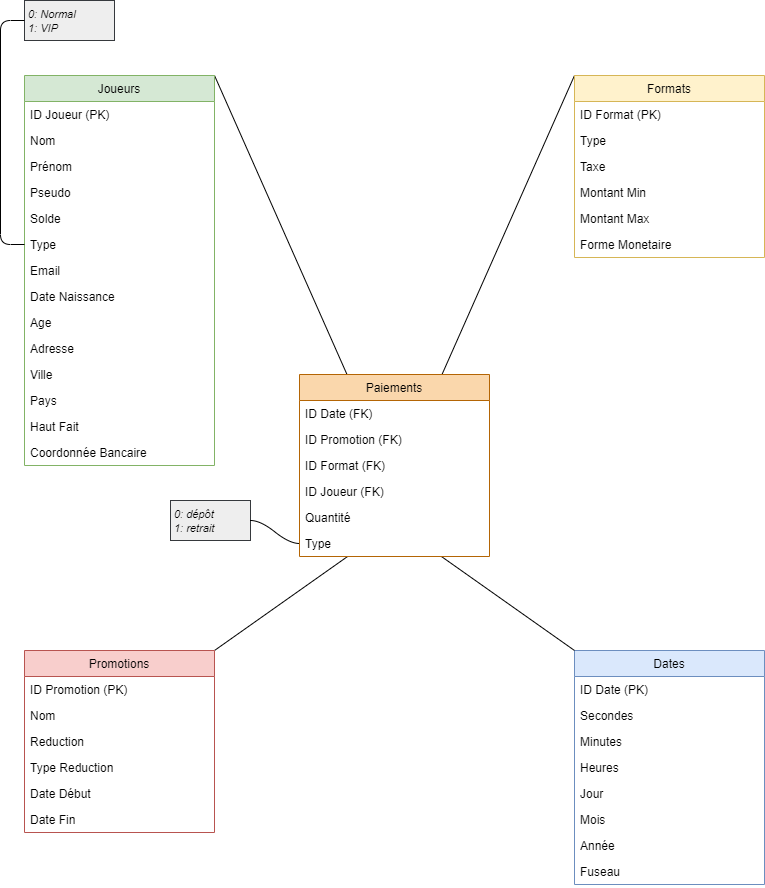
DocAmaroo/M1Aigle keeps this draw.io diagram as HMIN122M/projet/conception/images/star-detail-paiement.png. Above is the earlier version. Source tidied: cells renumbered, new cells last; positions are measured from the earlier drawing's top-left corner, leaving out a move shared by most shapes. Its diagram source:
```xml
<mxGraphModel>
  <root>
    <mxCell id="0" />
    <mxCell id="1" parent="0" />
    <mxCell id="2" style="rounded=0;jettySize=auto;html=1;entryX=1;entryY=0;entryDx=0;entryDy=0;endArrow=none;endFill=0;exitX=0.25;exitY=0;exitDx=0;exitDy=0;" parent="1" edge="1" source="22" target="29">
      <mxGeometry relative="1" as="geometry" />
    </mxCell>
    <mxCell id="3" style="rounded=0;jettySize=auto;html=1;exitX=0.75;exitY=0;exitDx=0;exitDy=0;entryX=0;entryY=0;entryDx=0;entryDy=0;endArrow=none;endFill=0;" parent="1" edge="1" source="22" target="44">
      <mxGeometry relative="1" as="geometry" />
    </mxCell>
    <mxCell id="4" value="Dates" style="swimlane;fontStyle=0;horizontal=1;startSize=26;fillColor=#dae8fc;strokeColor=#6c8ebf;" parent="1" vertex="1">
      <mxGeometry x="574" y="650" width="190" height="234" as="geometry" />
    </mxCell>
    <mxCell id="5" value="ID Date (PK)" style="text;strokeColor=none;fillColor=none;align=left;verticalAlign=top;spacingLeft=4;spacingRight=4;overflow=hidden;" parent="4" vertex="1">
      <mxGeometry y="26" width="190" height="26" as="geometry" />
    </mxCell>
    <mxCell id="6" value="Secondes" style="text;strokeColor=none;fillColor=none;align=left;verticalAlign=top;spacingLeft=4;spacingRight=4;overflow=hidden;" parent="4" vertex="1">
      <mxGeometry y="52" width="190" height="26" as="geometry" />
    </mxCell>
    <mxCell id="7" value="Minutes" style="text;strokeColor=none;fillColor=none;align=left;verticalAlign=top;spacingLeft=4;spacingRight=4;overflow=hidden;" parent="4" vertex="1">
      <mxGeometry y="78" width="190" height="26" as="geometry" />
    </mxCell>
    <mxCell id="8" value="Heures" style="text;strokeColor=none;fillColor=none;align=left;verticalAlign=top;spacingLeft=4;spacingRight=4;overflow=hidden;" parent="4" vertex="1">
      <mxGeometry y="104" width="190" height="26" as="geometry" />
    </mxCell>
    <mxCell id="9" value="Jour" style="text;strokeColor=none;fillColor=none;align=left;verticalAlign=top;spacingLeft=4;spacingRight=4;overflow=hidden;" parent="4" vertex="1">
      <mxGeometry y="130" width="190" height="26" as="geometry" />
    </mxCell>
    <mxCell id="10" value="Mois" style="text;strokeColor=none;fillColor=none;align=left;verticalAlign=top;spacingLeft=4;spacingRight=4;overflow=hidden;" parent="4" vertex="1">
      <mxGeometry y="156" width="190" height="26" as="geometry" />
    </mxCell>
    <mxCell id="11" value="Année" style="text;strokeColor=none;fillColor=none;align=left;verticalAlign=top;spacingLeft=4;spacingRight=4;overflow=hidden;" parent="4" vertex="1">
      <mxGeometry y="182" width="190" height="26" as="geometry" />
    </mxCell>
    <mxCell id="12" value="Fuseau" style="text;strokeColor=none;fillColor=none;align=left;verticalAlign=top;spacingLeft=4;spacingRight=4;overflow=hidden;" parent="4" vertex="1">
      <mxGeometry y="208" width="190" height="26" as="geometry" />
    </mxCell>
    <mxCell id="13" style="rounded=0;jettySize=auto;html=1;entryX=1;entryY=0;entryDx=0;entryDy=0;endArrow=none;endFill=0;exitX=0.253;exitY=1;exitDx=0;exitDy=0;exitPerimeter=0;" parent="1" edge="1" source="28" target="15">
      <mxGeometry relative="1" as="geometry" />
    </mxCell>
    <mxCell id="14" style="rounded=0;jettySize=auto;html=1;entryX=0;entryY=0;entryDx=0;entryDy=0;endArrow=none;endFill=0;exitX=0.747;exitY=1;exitDx=0;exitDy=0;exitPerimeter=0;" parent="1" edge="1" source="28" target="4">
      <mxGeometry relative="1" as="geometry" />
    </mxCell>
    <mxCell id="15" value="Promotions" style="swimlane;fontStyle=0;horizontal=1;startSize=26;fillColor=#f8cecc;strokeColor=#b85450;" parent="1" vertex="1">
      <mxGeometry x="24" y="650" width="190" height="182" as="geometry" />
    </mxCell>
    <mxCell id="16" value="ID Promotion (PK)" style="text;strokeColor=none;fillColor=none;align=left;verticalAlign=top;spacingLeft=4;spacingRight=4;overflow=hidden;" parent="15" vertex="1">
      <mxGeometry y="26" width="190" height="26" as="geometry" />
    </mxCell>
    <mxCell id="17" value="Nom" style="text;strokeColor=none;fillColor=none;align=left;verticalAlign=top;spacingLeft=4;spacingRight=4;overflow=hidden;" parent="15" vertex="1">
      <mxGeometry y="52" width="190" height="26" as="geometry" />
    </mxCell>
    <mxCell id="18" value="Reduction" style="text;strokeColor=none;fillColor=none;align=left;verticalAlign=top;spacingLeft=4;spacingRight=4;overflow=hidden;" parent="15" vertex="1">
      <mxGeometry y="78" width="190" height="26" as="geometry" />
    </mxCell>
    <mxCell id="19" value="Type Reduction" style="text;strokeColor=none;fillColor=none;align=left;verticalAlign=top;spacingLeft=4;spacingRight=4;overflow=hidden;" parent="15" vertex="1">
      <mxGeometry y="104" width="190" height="26" as="geometry" />
    </mxCell>
    <mxCell id="20" value="Date Début" style="text;strokeColor=none;fillColor=none;align=left;verticalAlign=top;spacingLeft=4;spacingRight=4;overflow=hidden;" parent="15" vertex="1">
      <mxGeometry y="130" width="190" height="26" as="geometry" />
    </mxCell>
    <mxCell id="21" value="Date Fin" style="text;strokeColor=none;fillColor=none;align=left;verticalAlign=top;spacingLeft=4;spacingRight=4;overflow=hidden;" parent="15" vertex="1">
      <mxGeometry y="156" width="190" height="26" as="geometry" />
    </mxCell>
    <mxCell id="22" value="Paiements" style="swimlane;fontStyle=0;horizontal=1;startSize=26;fillColor=#fad7ac;strokeColor=#b46504;" parent="1" vertex="1">
      <mxGeometry x="299" y="374" width="190" height="182" as="geometry" />
    </mxCell>
    <mxCell id="23" value="ID Date (FK)" style="text;strokeColor=none;fillColor=none;align=left;verticalAlign=top;spacingLeft=4;spacingRight=4;overflow=hidden;" parent="22" vertex="1">
      <mxGeometry y="26" width="190" height="26" as="geometry" />
    </mxCell>
    <mxCell id="24" value="ID Promotion (FK)" style="text;strokeColor=none;fillColor=none;align=left;verticalAlign=top;spacingLeft=4;spacingRight=4;overflow=hidden;" parent="22" vertex="1">
      <mxGeometry y="52" width="190" height="26" as="geometry" />
    </mxCell>
    <mxCell id="25" value="ID Format (FK)" style="text;strokeColor=none;fillColor=none;align=left;verticalAlign=top;spacingLeft=4;spacingRight=4;overflow=hidden;" parent="22" vertex="1">
      <mxGeometry y="78" width="190" height="26" as="geometry" />
    </mxCell>
    <mxCell id="26" value="ID Joueur (FK)" style="text;strokeColor=none;fillColor=none;align=left;verticalAlign=top;spacingLeft=4;spacingRight=4;overflow=hidden;" parent="22" vertex="1">
      <mxGeometry y="104" width="190" height="26" as="geometry" />
    </mxCell>
    <mxCell id="27" value="Quantité" style="text;strokeColor=none;fillColor=none;align=left;verticalAlign=top;spacingLeft=4;spacingRight=4;overflow=hidden;" parent="22" vertex="1">
      <mxGeometry y="130" width="190" height="26" as="geometry" />
    </mxCell>
    <mxCell id="28" value="Type" style="text;strokeColor=none;fillColor=none;align=left;verticalAlign=top;spacingLeft=4;spacingRight=4;overflow=hidden;points=[[0,0.5],[1,0.5]];portConstraint=eastwest;" parent="22" vertex="1">
      <mxGeometry y="156" width="190" height="26" as="geometry" />
    </mxCell>
    <mxCell id="29" value="Joueurs" style="swimlane;fontStyle=0;horizontal=1;startSize=26;fillColor=#d5e8d4;strokeColor=#82b366;" parent="1" vertex="1">
      <mxGeometry x="24" y="75" width="190" height="390" as="geometry" />
    </mxCell>
    <mxCell id="30" value="ID Joueur (PK)" style="text;strokeColor=none;fillColor=none;align=left;verticalAlign=top;spacingLeft=4;spacingRight=4;overflow=hidden;" parent="29" vertex="1">
      <mxGeometry y="26" width="190" height="26" as="geometry" />
    </mxCell>
    <mxCell id="31" value="Nom" style="text;strokeColor=none;fillColor=none;align=left;verticalAlign=top;spacingLeft=4;spacingRight=4;overflow=hidden;" parent="29" vertex="1">
      <mxGeometry y="52" width="190" height="26" as="geometry" />
    </mxCell>
    <mxCell id="32" value="Prénom" style="text;strokeColor=none;fillColor=none;align=left;verticalAlign=top;spacingLeft=4;spacingRight=4;overflow=hidden;" parent="29" vertex="1">
      <mxGeometry y="78" width="190" height="26" as="geometry" />
    </mxCell>
    <mxCell id="33" value="Pseudo" style="text;strokeColor=none;fillColor=none;align=left;verticalAlign=top;spacingLeft=4;spacingRight=4;overflow=hidden;" parent="29" vertex="1">
      <mxGeometry y="104" width="190" height="26" as="geometry" />
    </mxCell>
    <mxCell id="34" value="Solde" style="text;strokeColor=none;fillColor=none;align=left;verticalAlign=top;spacingLeft=4;spacingRight=4;overflow=hidden;" parent="29" vertex="1">
      <mxGeometry y="130" width="190" height="26" as="geometry" />
    </mxCell>
    <mxCell id="35" value="Type" style="text;strokeColor=none;fillColor=none;align=left;verticalAlign=top;spacingLeft=4;spacingRight=4;overflow=hidden;points=[[0,0.5],[1,0.5]];portConstraint=eastwest;" parent="29" vertex="1">
      <mxGeometry y="156" width="190" height="26" as="geometry" />
    </mxCell>
    <mxCell id="36" value="Email " style="text;strokeColor=none;fillColor=none;align=left;verticalAlign=top;spacingLeft=4;spacingRight=4;overflow=hidden;" parent="29" vertex="1">
      <mxGeometry y="182" width="190" height="26" as="geometry" />
    </mxCell>
    <mxCell id="37" value="Date Naissance" style="text;strokeColor=none;fillColor=none;align=left;verticalAlign=top;spacingLeft=4;spacingRight=4;overflow=hidden;" parent="29" vertex="1">
      <mxGeometry y="208" width="190" height="26" as="geometry" />
    </mxCell>
    <mxCell id="38" value="Age" style="text;strokeColor=none;fillColor=none;align=left;verticalAlign=top;spacingLeft=4;spacingRight=4;overflow=hidden;" parent="29" vertex="1">
      <mxGeometry y="234" width="190" height="26" as="geometry" />
    </mxCell>
    <mxCell id="39" value="Adresse" style="text;strokeColor=none;fillColor=none;align=left;verticalAlign=top;spacingLeft=4;spacingRight=4;overflow=hidden;" parent="29" vertex="1">
      <mxGeometry y="260" width="190" height="26" as="geometry" />
    </mxCell>
    <mxCell id="40" value="Ville" style="text;strokeColor=none;fillColor=none;align=left;verticalAlign=top;spacingLeft=4;spacingRight=4;overflow=hidden;" parent="29" vertex="1">
      <mxGeometry y="286" width="190" height="26" as="geometry" />
    </mxCell>
    <mxCell id="41" value="Pays" style="text;strokeColor=none;fillColor=none;align=left;verticalAlign=top;spacingLeft=4;spacingRight=4;overflow=hidden;" parent="29" vertex="1">
      <mxGeometry y="312" width="190" height="26" as="geometry" />
    </mxCell>
    <mxCell id="42" value="Haut Fait" style="text;strokeColor=none;fillColor=none;align=left;verticalAlign=top;spacingLeft=4;spacingRight=4;overflow=hidden;" parent="29" vertex="1">
      <mxGeometry y="338" width="190" height="26" as="geometry" />
    </mxCell>
    <mxCell id="43" value="Coordonnée Bancaire" style="text;strokeColor=none;fillColor=none;align=left;verticalAlign=top;spacingLeft=4;spacingRight=4;overflow=hidden;" parent="29" vertex="1">
      <mxGeometry y="364" width="190" height="26" as="geometry" />
    </mxCell>
    <mxCell id="44" value="Formats" style="swimlane;fontStyle=0;horizontal=1;startSize=26;fillColor=#fff2cc;strokeColor=#d6b656;" parent="1" vertex="1">
      <mxGeometry x="574" y="75" width="190" height="182" as="geometry" />
    </mxCell>
    <mxCell id="45" value="ID Format (PK)" style="text;strokeColor=none;fillColor=none;align=left;verticalAlign=top;spacingLeft=4;spacingRight=4;overflow=hidden;" parent="44" vertex="1">
      <mxGeometry y="26" width="190" height="26" as="geometry" />
    </mxCell>
    <mxCell id="46" value="Type" style="text;strokeColor=none;fillColor=none;align=left;verticalAlign=top;spacingLeft=4;spacingRight=4;overflow=hidden;" parent="44" vertex="1">
      <mxGeometry y="52" width="190" height="26" as="geometry" />
    </mxCell>
    <mxCell id="47" value="Taxe" style="text;strokeColor=none;fillColor=none;align=left;verticalAlign=top;spacingLeft=4;spacingRight=4;overflow=hidden;" parent="44" vertex="1">
      <mxGeometry y="78" width="190" height="26" as="geometry" />
    </mxCell>
    <mxCell id="48" value="Montant Min" style="text;strokeColor=none;fillColor=none;align=left;verticalAlign=top;spacingLeft=4;spacingRight=4;overflow=hidden;" parent="44" vertex="1">
      <mxGeometry y="104" width="190" height="26" as="geometry" />
    </mxCell>
    <mxCell id="49" value="Montant Max" style="text;strokeColor=none;fillColor=none;align=left;verticalAlign=top;spacingLeft=4;spacingRight=4;overflow=hidden;" parent="44" vertex="1">
      <mxGeometry y="130" width="190" height="26" as="geometry" />
    </mxCell>
    <mxCell id="50" value="Forme Monetaire" style="text;strokeColor=none;fillColor=none;align=left;verticalAlign=top;spacingLeft=4;spacingRight=4;overflow=hidden;" parent="44" vertex="1">
      <mxGeometry y="156" width="190" height="26" as="geometry" />
    </mxCell>
    <mxCell id="51" value="&lt;font style=&quot;font-size: 11px&quot;&gt;&lt;i&gt;0: dépôt&lt;br&gt;1: retrait&lt;/i&gt;&lt;/font&gt;" style="whiteSpace=wrap;html=1;rounded=1;arcSize=0;align=left;verticalAlign=middle;strokeWidth=1;spacing=4;newEdgeStyle={&quot;edgeStyle&quot;:&quot;entityRelationEdgeStyle&quot;,&quot;startArrow&quot;:&quot;none&quot;,&quot;endArrow&quot;:&quot;none&quot;,&quot;segment&quot;:10,&quot;curved&quot;:1};sketch=0;fillColor=#eeeeee;shadow=0;glass=0;strokeColor=#36393d;" parent="1" vertex="1" collapsed="1">
      <mxGeometry x="170" y="500" width="80" height="40" as="geometry" />
    </mxCell>
    <mxCell id="52" style="edgeStyle=entityRelationEdgeStyle;startArrow=none;endArrow=none;segment=10;curved=1;exitX=0;exitY=0.5;exitDx=0;exitDy=0;" parent="1" edge="1" source="28" target="51">
      <mxGeometry relative="1" as="geometry" />
    </mxCell>
    <mxCell id="53" value="&lt;font style=&quot;font-size: 11px&quot;&gt;&lt;i&gt;0: Normal&lt;br&gt;1: VIP&lt;/i&gt;&lt;/font&gt;" style="whiteSpace=wrap;html=1;rounded=1;arcSize=0;align=left;verticalAlign=middle;strokeWidth=1;spacing=4;newEdgeStyle={&quot;edgeStyle&quot;:&quot;entityRelationEdgeStyle&quot;,&quot;startArrow&quot;:&quot;none&quot;,&quot;endArrow&quot;:&quot;none&quot;,&quot;segment&quot;:10,&quot;curved&quot;:1};sketch=0;fillColor=#eeeeee;shadow=0;glass=0;strokeColor=#36393d;" parent="1" vertex="1" collapsed="1">
      <mxGeometry x="24" width="90" height="40" as="geometry" />
    </mxCell>
    <mxCell id="54" style="edgeStyle=elbowEdgeStyle;startArrow=none;endArrow=none;segment=10;exitX=0;exitY=0.5;exitDx=0;exitDy=0;entryX=0;entryY=0.5;entryDx=0;entryDy=0;" parent="1" edge="1" source="35" target="53">
      <mxGeometry relative="1" as="geometry">
        <Array as="points">
          <mxPoint y="132" />
        </Array>
      </mxGeometry>
    </mxCell>
  </root>
</mxGraphModel>
```
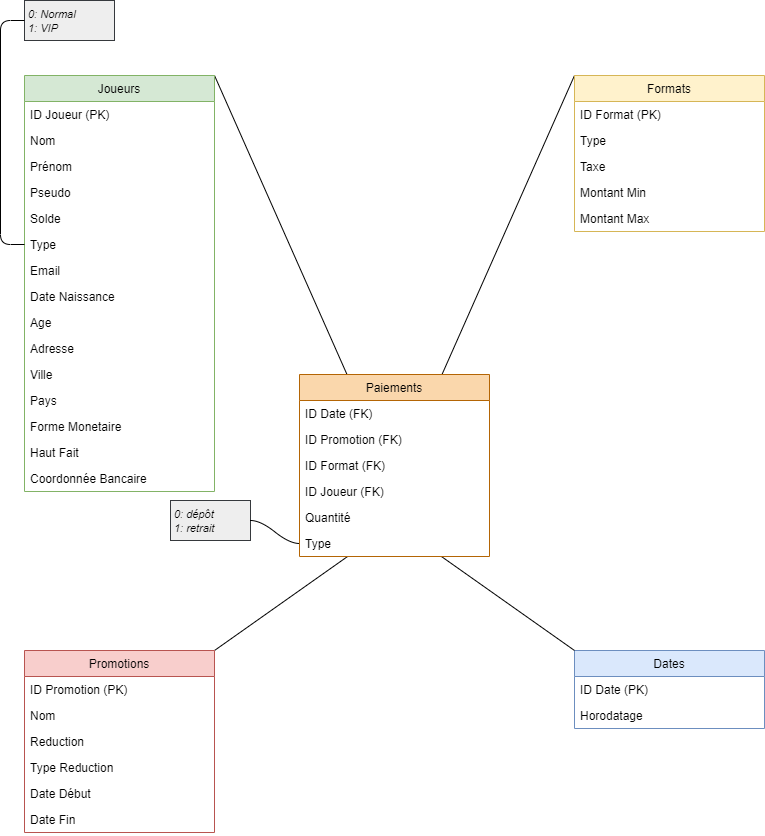
Later version of the same file.

Diff of the diagram source:
```diff
@@ -9,32 +9,14 @@
       <mxGeometry relative="1" as="geometry" />
     </mxCell>
     <mxCell id="4" value="Dates" style="swimlane;fontStyle=0;horizontal=1;startSize=26;fillColor=#dae8fc;strokeColor=#6c8ebf;" parent="1" vertex="1">
-      <mxGeometry x="574" y="650" width="190" height="234" as="geometry" />
+      <mxGeometry x="574" y="650" width="190" height="78" as="geometry" />
     </mxCell>
     <mxCell id="5" value="ID Date (PK)" style="text;strokeColor=none;fillColor=none;align=left;verticalAlign=top;spacingLeft=4;spacingRight=4;overflow=hidden;" parent="4" vertex="1">
       <mxGeometry y="26" width="190" height="26" as="geometry" />
     </mxCell>
-    <mxCell id="6" value="Secondes" style="text;strokeColor=none;fillColor=none;align=left;verticalAlign=top;spacingLeft=4;spacingRight=4;overflow=hidden;" parent="4" vertex="1">
+    <mxCell id="6" value="Horodatage" style="text;strokeColor=none;fillColor=none;align=left;verticalAlign=top;spacingLeft=4;spacingRight=4;overflow=hidden;" parent="4" vertex="1">
       <mxGeometry y="52" width="190" height="26" as="geometry" />
     </mxCell>
-    <mxCell id="7" value="Minutes" style="text;strokeColor=none;fillColor=none;align=left;verticalAlign=top;spacingLeft=4;spacingRight=4;overflow=hidden;" parent="4" vertex="1">
-      <mxGeometry y="78" width="190" height="26" as="geometry" />
-    </mxCell>
-    <mxCell id="8" value="Heures" style="text;strokeColor=none;fillColor=none;align=left;verticalAlign=top;spacingLeft=4;spacingRight=4;overflow=hidden;" parent="4" vertex="1">
-      <mxGeometry y="104" width="190" height="26" as="geometry" />
-    </mxCell>
-    <mxCell id="9" value="Jour" style="text;strokeColor=none;fillColor=none;align=left;verticalAlign=top;spacingLeft=4;spacingRight=4;overflow=hidden;" parent="4" vertex="1">
-      <mxGeometry y="130" width="190" height="26" as="geometry" />
-    </mxCell>
-    <mxCell id="10" value="Mois" style="text;strokeColor=none;fillColor=none;align=left;verticalAlign=top;spacingLeft=4;spacingRight=4;overflow=hidden;" parent="4" vertex="1">
-      <mxGeometry y="156" width="190" height="26" as="geometry" />
-    </mxCell>
-    <mxCell id="11" value="Année" style="text;strokeColor=none;fillColor=none;align=left;verticalAlign=top;spacingLeft=4;spacingRight=4;overflow=hidden;" parent="4" vertex="1">
-      <mxGeometry y="182" width="190" height="26" as="geometry" />
-    </mxCell>
-    <mxCell id="12" value="Fuseau" style="text;strokeColor=none;fillColor=none;align=left;verticalAlign=top;spacingLeft=4;spacingRight=4;overflow=hidden;" parent="4" vertex="1">
-      <mxGeometry y="208" width="190" height="26" as="geometry" />
-    </mxCell>
     <mxCell id="13" style="rounded=0;jettySize=auto;html=1;entryX=1;entryY=0;entryDx=0;entryDy=0;endArrow=none;endFill=0;exitX=0.253;exitY=1;exitDx=0;exitDy=0;exitPerimeter=0;" parent="1" edge="1" source="28" target="15">
       <mxGeometry relative="1" as="geometry" />
     </mxCell>
@@ -84,7 +66,7 @@
       <mxGeometry y="156" width="190" height="26" as="geometry" />
     </mxCell>
     <mxCell id="29" value="Joueurs" style="swimlane;fontStyle=0;horizontal=1;startSize=26;fillColor=#d5e8d4;strokeColor=#82b366;" parent="1" vertex="1">
-      <mxGeometry x="24" y="75" width="190" height="390" as="geometry" />
+      <mxGeometry x="24" y="75" width="190" height="416" as="geometry" />
     </mxCell>
     <mxCell id="30" value="ID Joueur (PK)" style="text;strokeColor=none;fillColor=none;align=left;verticalAlign=top;spacingLeft=4;spacingRight=4;overflow=hidden;" parent="29" vertex="1">
       <mxGeometry y="26" width="190" height="26" as="geometry" />
@@ -122,14 +104,17 @@
     <mxCell id="41" value="Pays" style="text;strokeColor=none;fillColor=none;align=left;verticalAlign=top;spacingLeft=4;spacingRight=4;overflow=hidden;" parent="29" vertex="1">
       <mxGeometry y="312" width="190" height="26" as="geometry" />
     </mxCell>
+    <mxCell id="50" value="Forme Monetaire" style="text;strokeColor=none;fillColor=none;align=left;verticalAlign=top;spacingLeft=4;spacingRight=4;overflow=hidden;" parent="29" vertex="1">
+      <mxGeometry y="338" width="190" height="26" as="geometry" />
+    </mxCell>
     <mxCell id="42" value="Haut Fait" style="text;strokeColor=none;fillColor=none;align=left;verticalAlign=top;spacingLeft=4;spacingRight=4;overflow=hidden;" parent="29" vertex="1">
-      <mxGeometry y="338" width="190" height="26" as="geometry" />
+      <mxGeometry y="364" width="190" height="26" as="geometry" />
     </mxCell>
     <mxCell id="43" value="Coordonnée Bancaire" style="text;strokeColor=none;fillColor=none;align=left;verticalAlign=top;spacingLeft=4;spacingRight=4;overflow=hidden;" parent="29" vertex="1">
-      <mxGeometry y="364" width="190" height="26" as="geometry" />
+      <mxGeometry y="390" width="190" height="26" as="geometry" />
     </mxCell>
     <mxCell id="44" value="Formats" style="swimlane;fontStyle=0;horizontal=1;startSize=26;fillColor=#fff2cc;strokeColor=#d6b656;" parent="1" vertex="1">
-      <mxGeometry x="574" y="75" width="190" height="182" as="geometry" />
+      <mxGeometry x="574" y="75" width="190" height="156" as="geometry" />
     </mxCell>
     <mxCell id="45" value="ID Format (PK)" style="text;strokeColor=none;fillColor=none;align=left;verticalAlign=top;spacingLeft=4;spacingRight=4;overflow=hidden;" parent="44" vertex="1">
       <mxGeometry y="26" width="190" height="26" as="geometry" />
@@ -146,9 +131,6 @@
     <mxCell id="49" value="Montant Max" style="text;strokeColor=none;fillColor=none;align=left;verticalAlign=top;spacingLeft=4;spacingRight=4;overflow=hidden;" parent="44" vertex="1">
       <mxGeometry y="130" width="190" height="26" as="geometry" />
     </mxCell>
-    <mxCell id="50" value="Forme Monetaire" style="text;strokeColor=none;fillColor=none;align=left;verticalAlign=top;spacingLeft=4;spacingRight=4;overflow=hidden;" parent="44" vertex="1">
-      <mxGeometry y="156" width="190" height="26" as="geometry" />
-    </mxCell>
     <mxCell id="51" value="&lt;font style=&quot;font-size: 11px&quot;&gt;&lt;i&gt;0: dépôt&lt;br&gt;1: retrait&lt;/i&gt;&lt;/font&gt;" style="whiteSpace=wrap;html=1;rounded=1;arcSize=0;align=left;verticalAlign=middle;strokeWidth=1;spacing=4;newEdgeStyle={&quot;edgeStyle&quot;:&quot;entityRelationEdgeStyle&quot;,&quot;startArrow&quot;:&quot;none&quot;,&quot;endArrow&quot;:&quot;none&quot;,&quot;segment&quot;:10,&quot;curved&quot;:1};sketch=0;fillColor=#eeeeee;shadow=0;glass=0;strokeColor=#36393d;" parent="1" vertex="1" collapsed="1">
       <mxGeometry x="170" y="500" width="80" height="40" as="geometry" />
     </mxCell>
```
